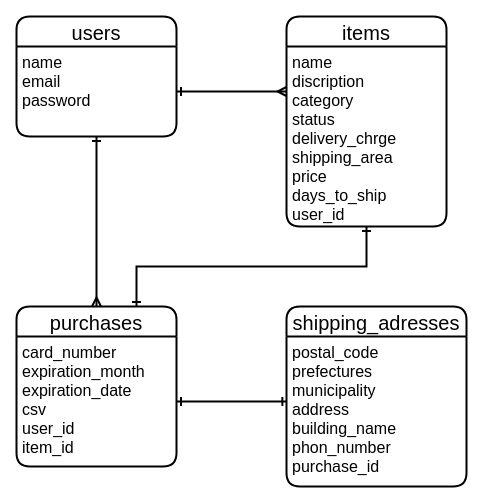
The draw.io diagram furima.dio in nuclear1372/furima-35642, before the edit. Source tidied: cells renumbered, new cells numbered last; positions are measured from the earlier drawing's top-left corner, leaving out a move shared by most shapes. Both pictures are drawn from the tidied source at 100%, with x=0, y=0 at pixel (16, 16).
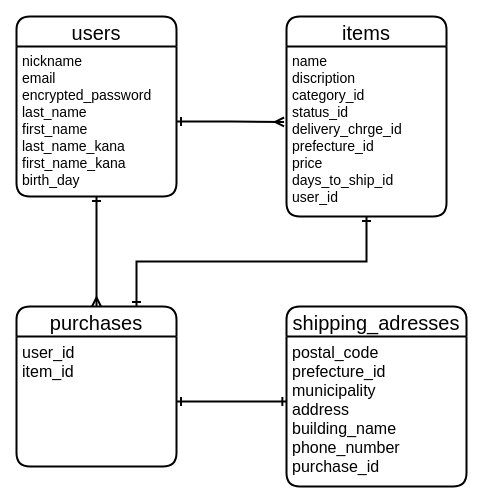
After the change.

Change to the diagram source:
```diff
@@
 <mxGraphModel>
   <root>
     <mxCell id="0" />
     <mxCell id="1" parent="0" />
     <mxCell id="2" value="users" style="swimlane;horizontal=1;startSize=30;rounded=1;fontSize=20;fontStyle=0;strokeWidth=2;shadow=0;dashed=0;align=center;" parent="1" vertex="1">
-      <mxGeometry width="160" height="120" as="geometry" />
+      <mxGeometry width="160" height="180" as="geometry" />
     </mxCell>
-    <mxCell id="3" value="name&#10;email&#10;password" style="align=left;strokeColor=none;fillColor=none;spacingLeft=4;fontSize=16;verticalAlign=top;" parent="2" vertex="1">
-      <mxGeometry y="30" width="160" height="90" as="geometry" />
+    <mxCell id="3" value="nickname&#10;email&#10;encrypted_password&#10;last_name&#10;first_name&#10;last_name_kana&#10;first_name_kana&#10;birth_day&#10;" style="align=left;strokeColor=none;fillColor=none;spacingLeft=4;fontSize=14;verticalAlign=top;" parent="2" vertex="1">
+      <mxGeometry y="30" width="160" height="150" as="geometry" />
     </mxCell>
     <mxCell id="4" value="items" style="swimlane;horizontal=1;startSize=30;rounded=1;fontSize=20;fontStyle=0;strokeWidth=2;shadow=0;dashed=0;align=center;" parent="1" vertex="1">
-      <mxGeometry x="270" width="160" height="210" as="geometry" />
+      <mxGeometry x="270" width="160" height="200" as="geometry" />
     </mxCell>
-    <mxCell id="5" value="name&#10;discription&#10;category&#10;status&#10;delivery_chrge&#10;shipping_area&#10;price&#10;days_to_ship&#10;user_id" style="align=left;strokeColor=none;fillColor=none;spacingLeft=4;fontSize=16;verticalAlign=top;" parent="4" vertex="1">
-      <mxGeometry y="30" width="160" height="180" as="geometry" />
+    <mxCell id="5" value="name&#10;discription&#10;category_id&#10;status_id&#10;delivery_chrge_id&#10;prefecture_id&#10;price&#10;days_to_ship_id&#10;user_id" style="align=left;strokeColor=none;fillColor=none;spacingLeft=4;fontSize=14;verticalAlign=top;" parent="4" vertex="1">
+      <mxGeometry y="30" width="160" height="170" as="geometry" />
     </mxCell>
     <mxCell id="6" value="purchases" style="swimlane;horizontal=1;startSize=30;rounded=1;fontSize=20;fontStyle=0;strokeWidth=2;shadow=0;dashed=0;align=center;" parent="1" vertex="1">
       <mxGeometry y="290" width="160" height="160" as="geometry" />
     </mxCell>
-    <mxCell id="7" value="card_number&#10;expiration_month&#10;expiration_date&#10;csv&#10;user_id&#10;item_id" style="align=left;strokeColor=none;fillColor=none;spacingLeft=4;fontSize=16;verticalAlign=top;" parent="6" vertex="1">
+    <mxCell id="7" value="user_id&#10;item_id" style="align=left;strokeColor=none;fillColor=none;spacingLeft=4;fontSize=16;verticalAlign=top;" parent="6" vertex="1">
       <mxGeometry y="30" width="160" height="130" as="geometry" />
     </mxCell>
     <mxCell id="8" value="shipping_adresses" style="swimlane;horizontal=1;startSize=30;rounded=1;fontSize=20;fontStyle=0;strokeWidth=2;shadow=0;dashed=0;align=center;" parent="1" vertex="1">
       <mxGeometry x="270" y="290" width="180" height="180" as="geometry" />
     </mxCell>
-    <mxCell id="9" value="postal_code&#10;prefectures&#10;municipality&#10;address&#10;building_name&#10;phon_number&#10;purchase_id" style="align=left;strokeColor=none;fillColor=none;spacingLeft=4;fontSize=16;verticalAlign=top;" parent="8" vertex="1">
+    <mxCell id="9" value="postal_code&#10;prefecture_id&#10;municipality&#10;address&#10;building_name&#10;phone_number&#10;purchase_id" style="align=left;strokeColor=none;fillColor=none;spacingLeft=4;fontSize=16;verticalAlign=top;" parent="8" vertex="1">
       <mxGeometry y="30" width="180" height="150" as="geometry" />
     </mxCell>
-    <mxCell id="10" style="edgeStyle=orthogonalEdgeStyle;rounded=0;jettySize=auto;html=1;exitX=1;exitY=0.5;exitDx=0;exitDy=0;fontSize=16;horizontal=1;entryX=0;entryY=0.25;entryDx=0;entryDy=0;fontStyle=0;align=center;endArrow=ERmany;endFill=0;startArrow=ERone;startFill=0;strokeWidth=2;" parent="1" edge="1" source="3" target="5">
-      <mxGeometry relative="1" as="geometry" />
-    </mxCell>
     <mxCell id="11" style="edgeStyle=orthogonalEdgeStyle;rounded=0;jettySize=auto;html=1;exitX=0.5;exitY=1;exitDx=0;exitDy=0;entryX=0.5;entryY=0;entryDx=0;entryDy=0;fontSize=16;endArrow=ERmany;endFill=0;align=center;startArrow=ERone;startFill=0;strokeWidth=2;" parent="1" edge="1" source="3" target="6">
       <mxGeometry relative="1" as="geometry" />
     </mxCell>
     <mxCell id="12" style="edgeStyle=orthogonalEdgeStyle;rounded=0;jettySize=auto;html=1;exitX=1;exitY=0.5;exitDx=0;exitDy=0;entryX=0.002;entryY=0.433;entryDx=0;entryDy=0;entryPerimeter=0;fontSize=16;endArrow=ERone;endFill=0;align=center;startArrow=ERone;startFill=0;strokeWidth=2;" parent="1" edge="1" source="7" target="9">
       <mxGeometry relative="1" as="geometry" />
     </mxCell>
     <mxCell id="13" style="edgeStyle=orthogonalEdgeStyle;rounded=0;jettySize=auto;html=1;exitX=0.5;exitY=1;exitDx=0;exitDy=0;entryX=0.75;entryY=0;entryDx=0;entryDy=0;fontSize=16;startArrow=ERone;startFill=0;endArrow=ERone;endFill=0;align=center;strokeWidth=2;" parent="1" edge="1" source="5" target="6">
       <mxGeometry relative="1" as="geometry" />
     </mxCell>
+    <mxCell id="10" style="edgeStyle=orthogonalEdgeStyle;rounded=0;jettySize=auto;html=1;exitX=1;exitY=0.5;exitDx=0;exitDy=0;entryX=-0.015;entryY=0.444;entryDx=0;entryDy=0;entryPerimeter=0;fontSize=14;endArrow=ERmany;endFill=0;startArrow=ERone;startFill=0;strokeWidth=2;" parent="1" edge="1" source="3" target="5">
+      <mxGeometry relative="1" as="geometry" />
+    </mxCell>
   </root>
 </mxGraphModel>
```
